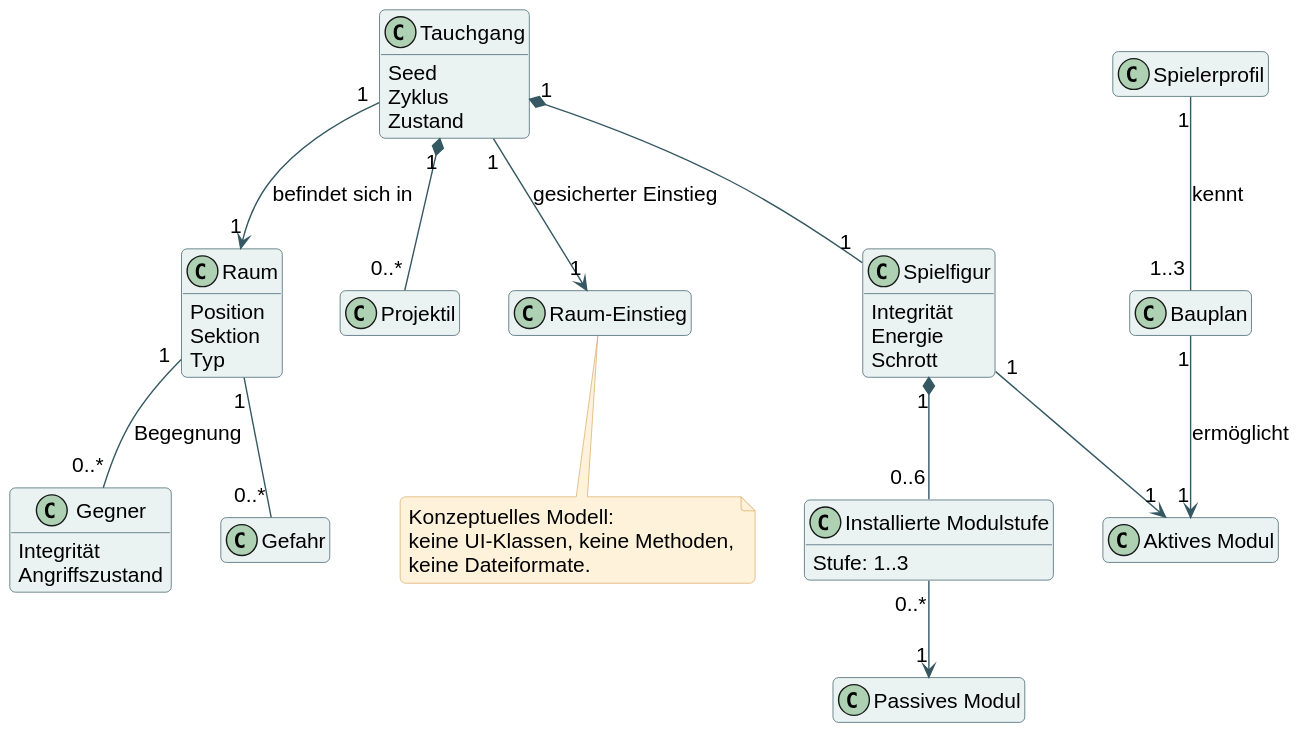
Earlier version of the PlantUML export docs/diagrams/02-domain.svg (bassdav2/abyss). Source of this version:
```plantuml
@startuml
skinparam backgroundColor #FFFFFF
skinparam defaultFontName Arial
skinparam defaultFontSize 15
skinparam shadowing false
skinparam roundcorner 8
skinparam ArrowColor #355863
skinparam classBackgroundColor #EAF3F2
skinparam classBorderColor #355863
skinparam participantBackgroundColor #EAF3F2
skinparam participantBorderColor #355863
skinparam sequenceLifeLineBorderColor #7A979C
skinparam noteBackgroundColor #FFF2DA
skinparam noteBorderColor #D8AA64
skinparam packageBackgroundColor #F5F8F7
skinparam packageBorderColor #6E8B91
hide empty members
class Tauchgang {
 Seed
 Zyklus
 Zustand
}
class Spielfigur {
 Integrität
 Energie
 Schrott
}
class Raum {
 Position
 Sektion
 Typ
}
class Gegner {
 Integrität
 Angriffszustand
}
class Projektil
class Gefahr
class "Aktives Modul" as Active
class "Passives Modul" as Passive
class "Installierte Modulstufe" as Stack {
 Stufe: 1..3
}
class Bauplan
class "Raum-Einstieg" as Save
class Spielerprofil
Tauchgang "1" *-- "1" Spielfigur
Tauchgang "1" --> "1" Raum : befindet sich in
Raum "1" -- "0..*" Gegner : Begegnung
Raum "1" -- "0..*" Gefahr
Tauchgang "1" *-- "0..*" Projektil
Spielfigur "1" --> "1" Active
Spielfigur "1" *-- "0..6" Stack
Stack "0..*" --> "1" Passive
Spielerprofil "1" -- "1..3" Bauplan : kennt
Bauplan "1" --> "1" Active : ermöglicht
Tauchgang "1" --> "1" Save : gesicherter Einstieg
note bottom of Save
Konzeptuelles Modell:
keine UI-Klassen, keine Methoden,
keine Dateiformate.
end note
@enduml
```
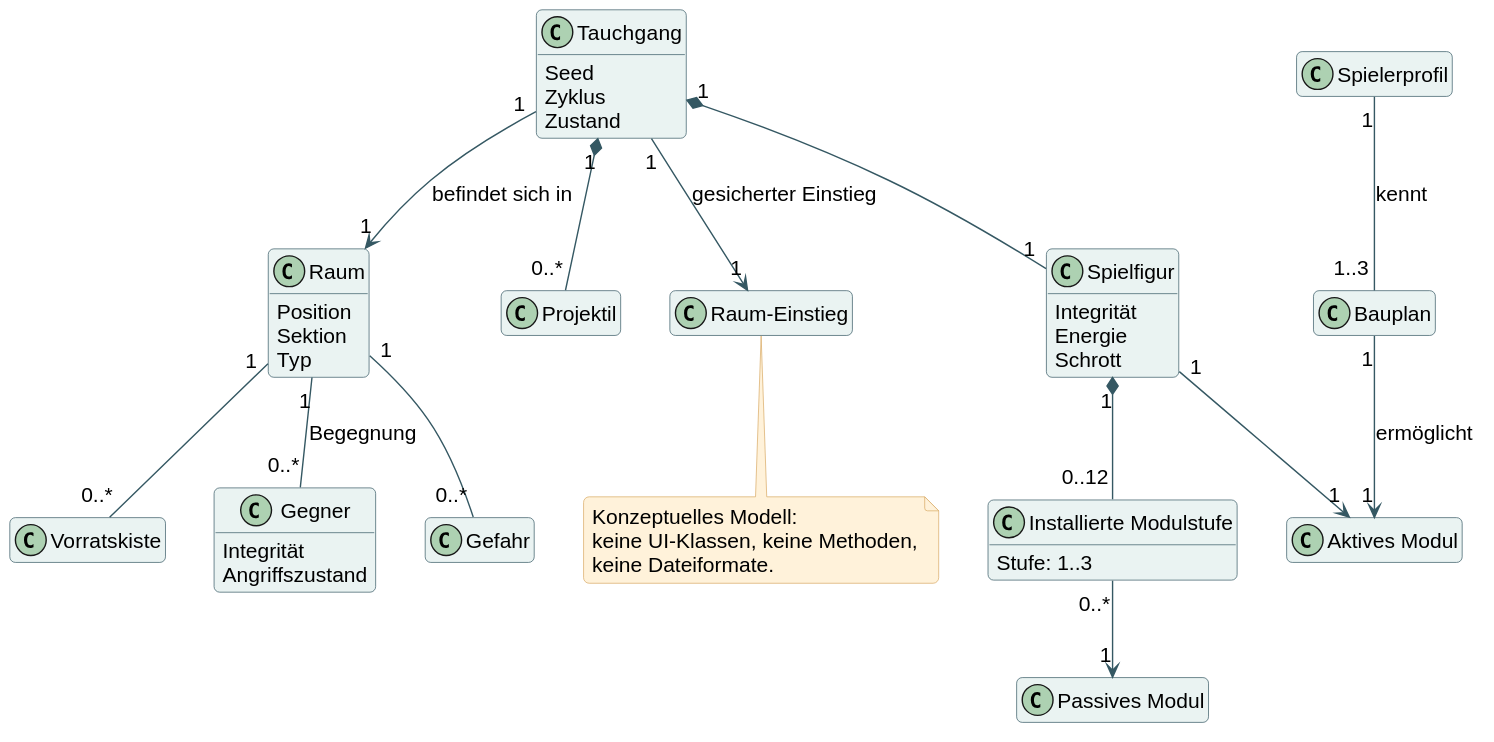
The same diagram one commit later.

Diff of the diagram source:
```diff
@@ -36,6 +36,7 @@
 }
 class Projektil
 class Gefahr
+class Vorratskiste
 class "Aktives Modul" as Active
 class "Passives Modul" as Passive
 class "Installierte Modulstufe" as Stack {
@@ -48,9 +49,10 @@
 Tauchgang "1" --> "1" Raum : befindet sich in
 Raum "1" -- "0..*" Gegner : Begegnung
 Raum "1" -- "0..*" Gefahr
+Raum "1" -- "0..*" Vorratskiste
 Tauchgang "1" *-- "0..*" Projektil
 Spielfigur "1" --> "1" Active
-Spielfigur "1" *-- "0..6" Stack
+Spielfigur "1" *-- "0..12" Stack
 Stack "0..*" --> "1" Passive
 Spielerprofil "1" -- "1..3" Bauplan : kennt
 Bauplan "1" --> "1" Active : ermöglicht
```
